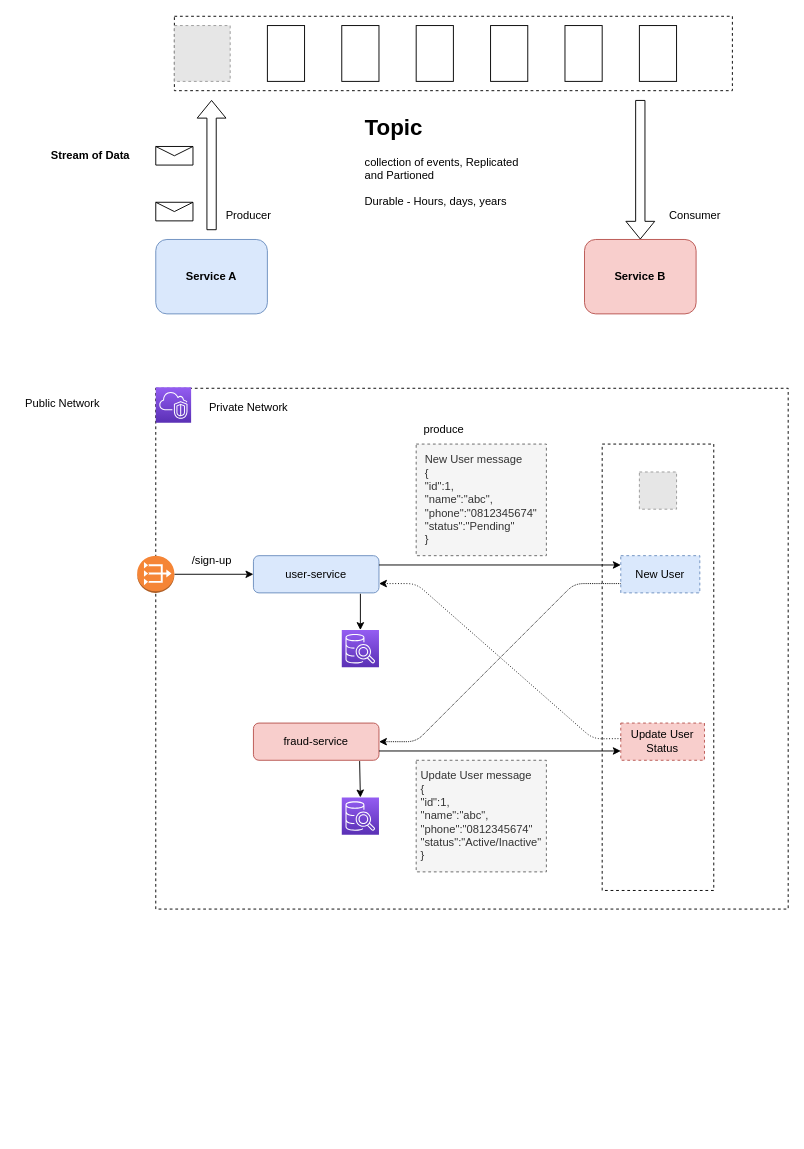
Above: kafka.drawio in josdoaitran/full-example-kafka-java-springboot (draw.io), before the change. Source tidied: cells renumbered, new cells numbered last; positions are measured from the earlier drawing's top-left corner, leaving out a move shared by most shapes. Both pictures are drawn from the tidied source at 93%, with x=0, y=0 at pixel (16, 16). Pictures stored in the file or linked from it are replaced by grey dashed boxes.
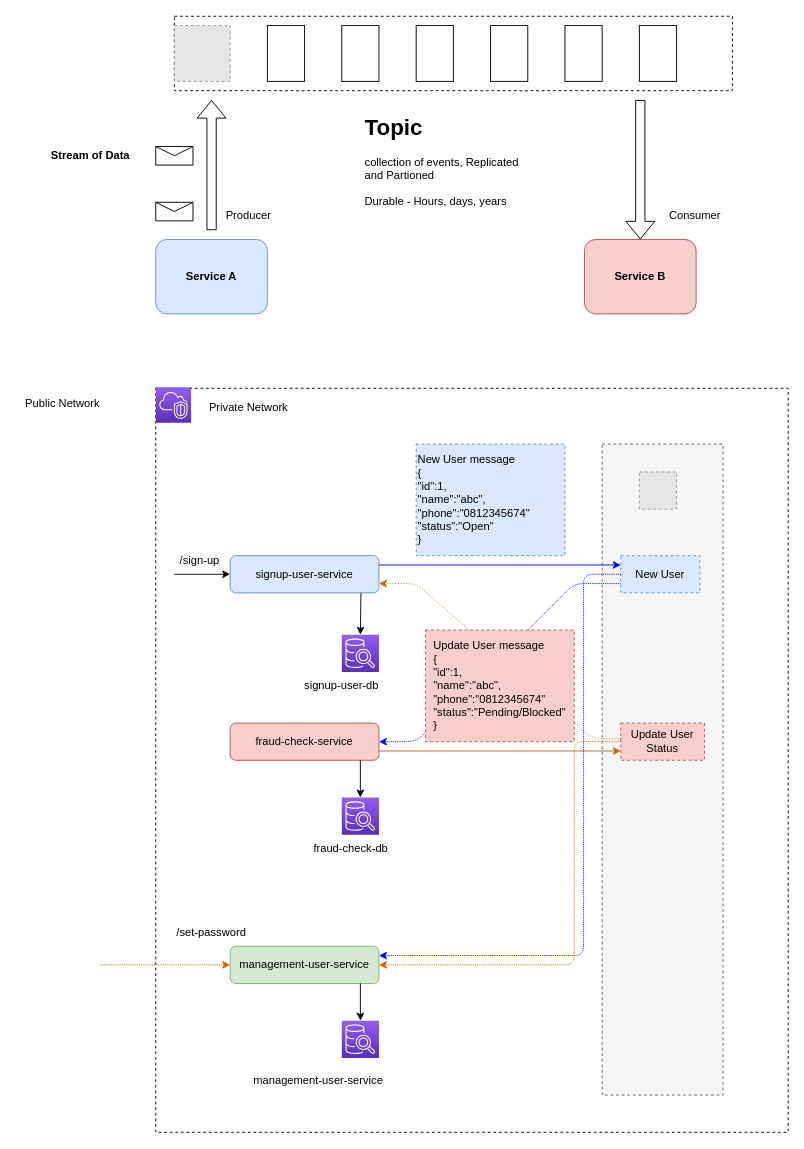
After the change.

Commit message:
Feature/update fraud check (#6)

* update fraud

* update example

The change refers to these unchanged cells:
```xml
<mxCell id="37" style="sketch=0;points=[[0,0,0],[0.25,0,0],[0.5,0,0],[0.75,0,0],[1,0,0],[0,1,0],[0.25,1,0],[0.5,1,0],[0.75,1,0],[1,1,0],[0,0.25,0],[0,0.5,0],[0,0.75,0],[1,0.25,0],[1,0.5,0],[1,0.75,0]];outlineConnect=0;fontColor=#232F3E;gradientColor=#945DF2;gradientDirection=north;fillColor=#5A30B5;strokeColor=#ffffff;dashed=0;verticalLabelPosition=bottom;verticalAlign=top;align=center;html=1;fontSize=12;fontStyle=0;shape=mxgraph.aws4.resourceIcon;resIcon=mxgraph.aws4.sql_workbench;" parent="1" vertex="1">
  <mxGeometry x="350" y="840" width="40" height="40" as="geometry" />
</mxCell>
<mxCell id="39" value="New User" style="rounded=0;whiteSpace=wrap;html=1;dashed=1;fillColor=#dae8fc;strokeColor=#6c8ebf;" parent="1" vertex="1">
  <mxGeometry x="650" y="580" width="85" height="40" as="geometry" />
</mxCell>
<mxCell id="40" value="Update User Status" style="rounded=0;whiteSpace=wrap;html=1;dashed=1;fillColor=#f8cecc;strokeColor=#b85450;" parent="1" vertex="1">
  <mxGeometry x="650" y="760" width="90" height="40" as="geometry" />
</mxCell>
```

Change to the diagram source:
```diff
@@
     <mxCell id="2" style="rounded=0;whiteSpace=wrap;html=1;fillColor=none;dashed=1;" parent="1" vertex="1">
-      <mxGeometry x="150" y="400" width="680" height="560" as="geometry" />
+      <mxGeometry x="150" y="400" width="680" height="800" as="geometry" />
     </mxCell>
-    <mxCell id="3" value="&lt;span&gt;user-service&lt;/span&gt;" style="rounded=1;whiteSpace=wrap;html=1;fillColor=#dae8fc;strokeColor=#6c8ebf;" parent="1" vertex="1">
-      <mxGeometry x="255" y="580" width="135" height="40" as="geometry" />
+    <mxCell id="3" value="&lt;span&gt;signup-user-service&lt;/span&gt;" style="rounded=1;whiteSpace=wrap;html=1;fillColor=#dae8fc;strokeColor=#6c8ebf;" parent="1" vertex="1">
+      <mxGeometry x="230" y="580" width="160" height="40" as="geometry" />
     </mxCell>
@@
-    <mxCell id="5" style="rounded=0;whiteSpace=wrap;html=1;fillColor=none;dashed=1;" parent="1" vertex="1">
-      <mxGeometry x="630" y="460" width="120" height="480" as="geometry" />
+    <mxCell id="5" style="rounded=0;whiteSpace=wrap;html=1;fillColor=#f5f5f5;dashed=1;fontColor=#333333;strokeColor=#666666;" parent="1" vertex="1">
+      <mxGeometry x="630" y="460" width="130" height="700" as="geometry" />
     </mxCell>
@@
-    <mxCell id="23" style="endArrow=classic;html=1;exitX=1;exitY=0.25;exitDx=0;exitDy=0;entryX=0;entryY=0.25;entryDx=0;entryDy=0;" parent="1" edge="1" source="3" target="39">
+    <mxCell id="23" style="endArrow=classic;html=1;exitX=1;exitY=0.25;exitDx=0;exitDy=0;entryX=0;entryY=0.25;entryDx=0;entryDy=0;strokeColor=#0000FF;" parent="1" edge="1" source="3" target="39">
       <mxGeometry relative="1" as="geometry" />
     </mxCell>
     <mxCell id="24" style="sketch=0;points=[[0,0,0],[0.25,0,0],[0.5,0,0],[0.75,0,0],[1,0,0],[0,1,0],[0.25,1,0],[0.5,1,0],[0.75,1,0],[1,1,0],[0,0.25,0],[0,0.5,0],[0,0.75,0],[1,0.25,0],[1,0.5,0],[1,0.75,0]];outlineConnect=0;fontColor=#232F3E;gradientColor=#945DF2;gradientDirection=north;fillColor=#5A30B5;strokeColor=#ffffff;dashed=0;verticalLabelPosition=bottom;verticalAlign=top;align=center;html=1;fontSize=12;fontStyle=0;shape=mxgraph.aws4.resourceIcon;resIcon=mxgraph.aws4.sql_workbench;" parent="1" vertex="1">
-      <mxGeometry x="350" y="660" width="40" height="40" as="geometry" />
+      <mxGeometry x="350" y="665" width="40" height="40" as="geometry" />
     </mxCell>
@@
-    <mxCell id="29" style="endArrow=classic;html=1;entryX=0;entryY=0.5;entryDx=0;entryDy=0;exitX=1;exitY=0.5;exitDx=0;exitDy=0;exitPerimeter=0;" parent="1" edge="1" source="30" target="3">
-      <mxGeometry relative="1" as="geometry" />
+    <mxCell id="29" style="endArrow=classic;html=1;entryX=0;entryY=0.5;entryDx=0;entryDy=0;exitX=1;exitY=0.5;exitDx=0;exitDy=0;exitPerimeter=0;" parent="1" edge="1" target="3">
+      <mxGeometry relative="1" as="geometry">
+        <mxPoint x="170" y="600" as="sourcePoint" />
+      </mxGeometry>
     </mxCell>
-    <mxCell id="30" style="outlineConnect=0;dashed=0;verticalLabelPosition=bottom;verticalAlign=top;align=center;html=1;shape=mxgraph.aws3.vpc_nat_gateway;fillColor=#F58536;gradientColor=none;" parent="1" vertex="1">
-      <mxGeometry x="130" y="580" width="40" height="40" as="geometry" />
-    </mxCell>
     <mxCell id="31" value="/sign-up" style="text;html=1;strokeColor=none;fillColor=none;align=center;verticalAlign=middle;whiteSpace=wrap;rounded=0;dashed=1;" parent="1" vertex="1">
-      <mxGeometry x="177.5" y="570" width="65" height="30" as="geometry" />
+      <mxGeometry x="165" y="570" width="65" height="30" as="geometry" />
     </mxCell>
-    <mxCell id="32" value="&lt;div style=&quot;text-align: left&quot;&gt;&lt;span&gt;New User message&lt;/span&gt;&lt;/div&gt;&lt;div style=&quot;text-align: left&quot;&gt;&lt;span&gt;{&lt;/span&gt;&lt;/div&gt;&lt;div style=&quot;text-align: left&quot;&gt;&lt;span&gt;&quot;id&quot;:1,&lt;br&gt;&quot;name&quot;:&quot;abc&quot;,&lt;br&gt;&quot;phone&quot;:&quot;0812345674&quot;&lt;br&gt;&quot;status&quot;:&quot;Pending&quot;&lt;/span&gt;&lt;/div&gt;&lt;div style=&quot;text-align: left&quot;&gt;&lt;span&gt;}&lt;/span&gt;&lt;/div&gt;" style="text;html=1;strokeColor=#666666;fillColor=#f5f5f5;align=center;verticalAlign=middle;whiteSpace=wrap;rounded=0;dashed=1;fontColor=#333333;" parent="1" vertex="1">
-      <mxGeometry x="430" y="460" width="140" height="120" as="geometry" />
+    <mxCell id="32" value="&lt;div style=&quot;&quot;&gt;&lt;span&gt;New User message&lt;/span&gt;&lt;/div&gt;&lt;div style=&quot;&quot;&gt;&lt;span&gt;{&lt;/span&gt;&lt;/div&gt;&lt;div style=&quot;&quot;&gt;&lt;span&gt;&quot;id&quot;:1,&lt;br&gt;&quot;name&quot;:&quot;abc&quot;,&lt;br&gt;&quot;phone&quot;:&quot;0812345674&quot;&lt;br&gt;&quot;status&quot;:&quot;Open&quot;&lt;/span&gt;&lt;/div&gt;&lt;div style=&quot;&quot;&gt;&lt;span&gt;}&lt;/span&gt;&lt;/div&gt;" style="text;html=1;strokeColor=#6c8ebf;fillColor=#dae8fc;align=left;verticalAlign=middle;whiteSpace=wrap;rounded=0;dashed=1;" parent="1" vertex="1">
+      <mxGeometry x="430" y="460" width="160" height="120" as="geometry" />
     </mxCell>
-    <mxCell id="33" value="&lt;span&gt;fraud-service&lt;/span&gt;" style="rounded=1;whiteSpace=wrap;html=1;fillColor=#f8cecc;strokeColor=#b85450;" parent="1" vertex="1">
-      <mxGeometry x="255" y="760" width="135" height="40" as="geometry" />
+    <mxCell id="33" value="&lt;span&gt;fraud-check-service&lt;/span&gt;" style="rounded=1;whiteSpace=wrap;html=1;fillColor=#f8cecc;strokeColor=#b85450;" parent="1" vertex="1">
+      <mxGeometry x="230" y="760" width="160" height="40" as="geometry" />
     </mxCell>
-    <mxCell id="34" style="endArrow=classic;html=1;entryX=1;entryY=0.5;entryDx=0;entryDy=0;exitX=0;exitY=0.75;exitDx=0;exitDy=0;dashed=1;dashPattern=1 1;" parent="1" edge="1" source="39" target="33">
+    <mxCell id="34" style="endArrow=classic;html=1;entryX=1;entryY=0.5;entryDx=0;entryDy=0;exitX=0;exitY=0.75;exitDx=0;exitDy=0;dashed=1;dashPattern=1 1;strokeColor=#0000FF;" parent="1" edge="1" source="39" target="33">
       <mxGeometry relative="1" as="geometry">
         <Array as="points">
           <mxPoint x="600" y="610" />
           <mxPoint x="430" y="780" />
         </Array>
       </mxGeometry>
     </mxCell>
-    <mxCell id="35" value="produce" style="text;html=1;strokeColor=none;fillColor=none;align=center;verticalAlign=middle;whiteSpace=wrap;rounded=0;dashed=1;" parent="1" vertex="1">
-      <mxGeometry x="430" y="430" width="60" height="30" as="geometry" />
-    </mxCell>
-    <mxCell id="36" style="endArrow=classic;html=1;exitX=0.852;exitY=1.025;exitDx=0;exitDy=0;exitPerimeter=0;entryX=0.5;entryY=0;entryDx=0;entryDy=0;entryPerimeter=0;" parent="1" edge="1" source="3" target="24">
+    <mxCell id="36" style="endArrow=classic;html=1;exitX=0.879;exitY=1.003;exitDx=0;exitDy=0;exitPerimeter=0;entryX=0.5;entryY=0;entryDx=0;entryDy=0;entryPerimeter=0;" parent="1" edge="1" source="3" target="24">
       <mxGeometry relative="1" as="geometry" />
     </mxCell>
@@
-    <mxCell id="38" style="endArrow=classic;html=1;entryX=0.5;entryY=0;entryDx=0;entryDy=0;entryPerimeter=0;exitX=0.846;exitY=1.022;exitDx=0;exitDy=0;exitPerimeter=0;" parent="1" edge="1" source="33" target="37">
-      <mxGeometry relative="1" as="geometry" />
+    <mxCell id="38" style="endArrow=classic;html=1;entryX=0.5;entryY=0;entryDx=0;entryDy=0;entryPerimeter=0;" parent="1" edge="1" target="37">
+      <mxGeometry relative="1" as="geometry">
+        <mxPoint x="370" y="800" as="sourcePoint" />
+      </mxGeometry>
     </mxCell>
@@
-    <mxCell id="41" style="endArrow=classic;html=1;exitX=1;exitY=0.75;exitDx=0;exitDy=0;" parent="1" edge="1" source="33">
+    <mxCell id="41" style="endArrow=classic;html=1;exitX=1;exitY=0.75;exitDx=0;exitDy=0;strokeColor=#CC6600;" parent="1" edge="1" source="33">
       <mxGeometry relative="1" as="geometry">
         <mxPoint x="650" y="790" as="targetPoint" />
       </mxGeometry>
     </mxCell>
-    <mxCell id="42" style="endArrow=classic;html=1;exitX=0.005;exitY=0.417;exitDx=0;exitDy=0;exitPerimeter=0;dashed=1;dashPattern=1 2;" parent="1" edge="1" source="40">
+    <mxCell id="42" style="endArrow=classic;html=1;exitX=0.005;exitY=0.417;exitDx=0;exitDy=0;exitPerimeter=0;dashed=1;dashPattern=1 2;strokeColor=#CC6600;" parent="1" edge="1" source="40">
       <mxGeometry relative="1" as="geometry">
         <mxPoint x="390" y="610" as="targetPoint" />
         <Array as="points">
           <mxPoint x="620" y="777" />
           <mxPoint x="430" y="610" />
         </Array>
       </mxGeometry>
     </mxCell>
-    <mxCell id="43" value="&lt;div style=&quot;text-align: left&quot;&gt;&lt;span&gt;Update User message&lt;/span&gt;&lt;/div&gt;&lt;div style=&quot;text-align: left&quot;&gt;&lt;span&gt;{&lt;/span&gt;&lt;/div&gt;&lt;div style=&quot;text-align: left&quot;&gt;&lt;span&gt;&quot;id&quot;:1,&lt;br&gt;&quot;name&quot;:&quot;abc&quot;,&lt;br&gt;&quot;phone&quot;:&quot;0812345674&quot;&lt;br&gt;&quot;status&quot;:&quot;Active/Inactive&quot;&lt;/span&gt;&lt;/div&gt;&lt;div style=&quot;text-align: left&quot;&gt;&lt;span&gt;}&lt;/span&gt;&lt;/div&gt;" style="text;html=1;strokeColor=#666666;fillColor=#f5f5f5;align=center;verticalAlign=middle;whiteSpace=wrap;rounded=0;dashed=1;fontColor=#333333;" parent="1" vertex="1">
-      <mxGeometry x="430" y="800" width="140" height="120" as="geometry" />
+    <mxCell id="43" value="&lt;div style=&quot;text-align: left&quot;&gt;&lt;span&gt;Update User message&lt;/span&gt;&lt;/div&gt;&lt;div style=&quot;text-align: left&quot;&gt;&lt;span&gt;{&lt;/span&gt;&lt;/div&gt;&lt;div style=&quot;text-align: left&quot;&gt;&lt;span&gt;&quot;id&quot;:1,&lt;br&gt;&quot;name&quot;:&quot;abc&quot;,&lt;br&gt;&quot;phone&quot;:&quot;0812345674&quot;&lt;br&gt;&quot;status&quot;:&quot;Pending/Blocked&quot;&lt;/span&gt;&lt;/div&gt;&lt;div style=&quot;text-align: left&quot;&gt;&lt;span&gt;}&lt;/span&gt;&lt;/div&gt;" style="text;html=1;strokeColor=#b85450;fillColor=#f8cecc;align=center;verticalAlign=middle;whiteSpace=wrap;rounded=0;dashed=1;" parent="1" vertex="1">
+      <mxGeometry x="440" y="660" width="160" height="120" as="geometry" />
     </mxCell>
+    <mxCell id="44" value="signup-user-db" style="text;html=1;strokeColor=none;fillColor=none;align=center;verticalAlign=middle;whiteSpace=wrap;rounded=0;" parent="1" vertex="1">
+      <mxGeometry x="300" y="705" width="100" height="30" as="geometry" />
+    </mxCell>
+    <mxCell id="45" value="fraud-check-db" style="text;html=1;strokeColor=none;fillColor=none;align=center;verticalAlign=middle;whiteSpace=wrap;rounded=0;" parent="1" vertex="1">
+      <mxGeometry x="310" y="880" width="100" height="30" as="geometry" />
+    </mxCell>
+    <mxCell id="46" value="&lt;span&gt;management-user-service&lt;/span&gt;" style="rounded=1;whiteSpace=wrap;html=1;fillColor=#d5e8d4;strokeColor=#82b366;" parent="1" vertex="1">
+      <mxGeometry x="230" y="1000" width="160" height="40" as="geometry" />
+    </mxCell>
+    <mxCell id="47" style="sketch=0;points=[[0,0,0],[0.25,0,0],[0.5,0,0],[0.75,0,0],[1,0,0],[0,1,0],[0.25,1,0],[0.5,1,0],[0.75,1,0],[1,1,0],[0,0.25,0],[0,0.5,0],[0,0.75,0],[1,0.25,0],[1,0.5,0],[1,0.75,0]];outlineConnect=0;fontColor=#232F3E;gradientColor=#945DF2;gradientDirection=north;fillColor=#5A30B5;strokeColor=#ffffff;dashed=0;verticalLabelPosition=bottom;verticalAlign=top;align=center;html=1;fontSize=12;fontStyle=0;shape=mxgraph.aws4.resourceIcon;resIcon=mxgraph.aws4.sql_workbench;" parent="1" vertex="1">
+      <mxGeometry x="350" y="1080" width="40" height="40" as="geometry" />
+    </mxCell>
+    <mxCell id="48" style="endArrow=classic;html=1;entryX=0.5;entryY=0;entryDx=0;entryDy=0;entryPerimeter=0;" parent="1" edge="1" target="47">
+      <mxGeometry relative="1" as="geometry">
+        <mxPoint x="370" y="1040" as="sourcePoint" />
+      </mxGeometry>
+    </mxCell>
+    <mxCell id="49" value="management-user-service" style="text;html=1;strokeColor=none;fillColor=none;align=center;verticalAlign=middle;whiteSpace=wrap;rounded=0;" parent="1" vertex="1">
+      <mxGeometry x="250" y="1130" width="150" height="30" as="geometry" />
+    </mxCell>
+    <mxCell id="50" style="endArrow=classic;html=1;strokeColor=#0000FF;entryX=1;entryY=0.25;entryDx=0;entryDy=0;exitX=0;exitY=0.5;exitDx=0;exitDy=0;dashed=1;dashPattern=1 1;" parent="1" edge="1" source="39" target="46">
+      <mxGeometry relative="1" as="geometry">
+        <Array as="points">
+          <mxPoint x="610" y="600" />
+          <mxPoint x="610" y="1010" />
+        </Array>
+      </mxGeometry>
+    </mxCell>
+    <mxCell id="51" style="endArrow=classic;html=1;dashed=1;dashPattern=1 1;strokeColor=#CC6600;entryX=1;entryY=0.5;entryDx=0;entryDy=0;exitX=0;exitY=0.5;exitDx=0;exitDy=0;" parent="1" edge="1" source="40" target="46">
+      <mxGeometry relative="1" as="geometry">
+        <Array as="points">
+          <mxPoint x="600" y="780" />
+          <mxPoint x="600" y="1020" />
+        </Array>
+      </mxGeometry>
+    </mxCell>
+    <mxCell id="52" style="endArrow=classic;startArrow=none;html=1;dashed=1;dashPattern=1 1;strokeColor=#CC6600;entryX=0;entryY=0.5;entryDx=0;entryDy=0;startFill=0;" parent="1" edge="1" target="46">
+      <mxGeometry relative="1" as="geometry">
+        <mxPoint x="90" y="1020" as="sourcePoint" />
+      </mxGeometry>
+    </mxCell>
+    <mxCell id="53" value="/set-password" style="text;html=1;strokeColor=none;fillColor=none;align=center;verticalAlign=middle;whiteSpace=wrap;rounded=0;" parent="1" vertex="1">
+      <mxGeometry x="160" y="970" width="100" height="30" as="geometry" />
+    </mxCell>
```
